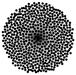
This is test-data/url-188.40.70.27.png from toejamhoney/thisneedsacoolname, a Graphviz export, as it was before one commit. Its source is kept beside it as test-data/url-188.40.70.27.dot.
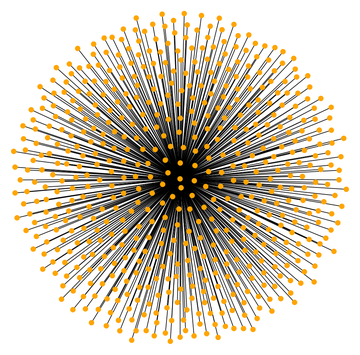
The same file after the commit.

Change to the diagram source:
```diff
@@ -1,6 +1,8 @@
 graph URL_188_40_70_29 {
-    node [shape=point];
-    edge [weight=0.1 penwidth=0.1];
+    outputorder="edgesfirst"
+    size="10,10!"
+    node [shape=point height=0.01 width=0.01 color=orange];
+    edge [weight=0.1 penwidth=0.2];
 "4985431e4310d061c524fa2f1b7bd0dd" -- "188.40.70.29"
 "60ece14f73d27bffccda13679507b993" -- "188.40.70.29"
 "4f1719efe129841e1ce0c1e5d83130c6" -- "188.40.70.29"
```
